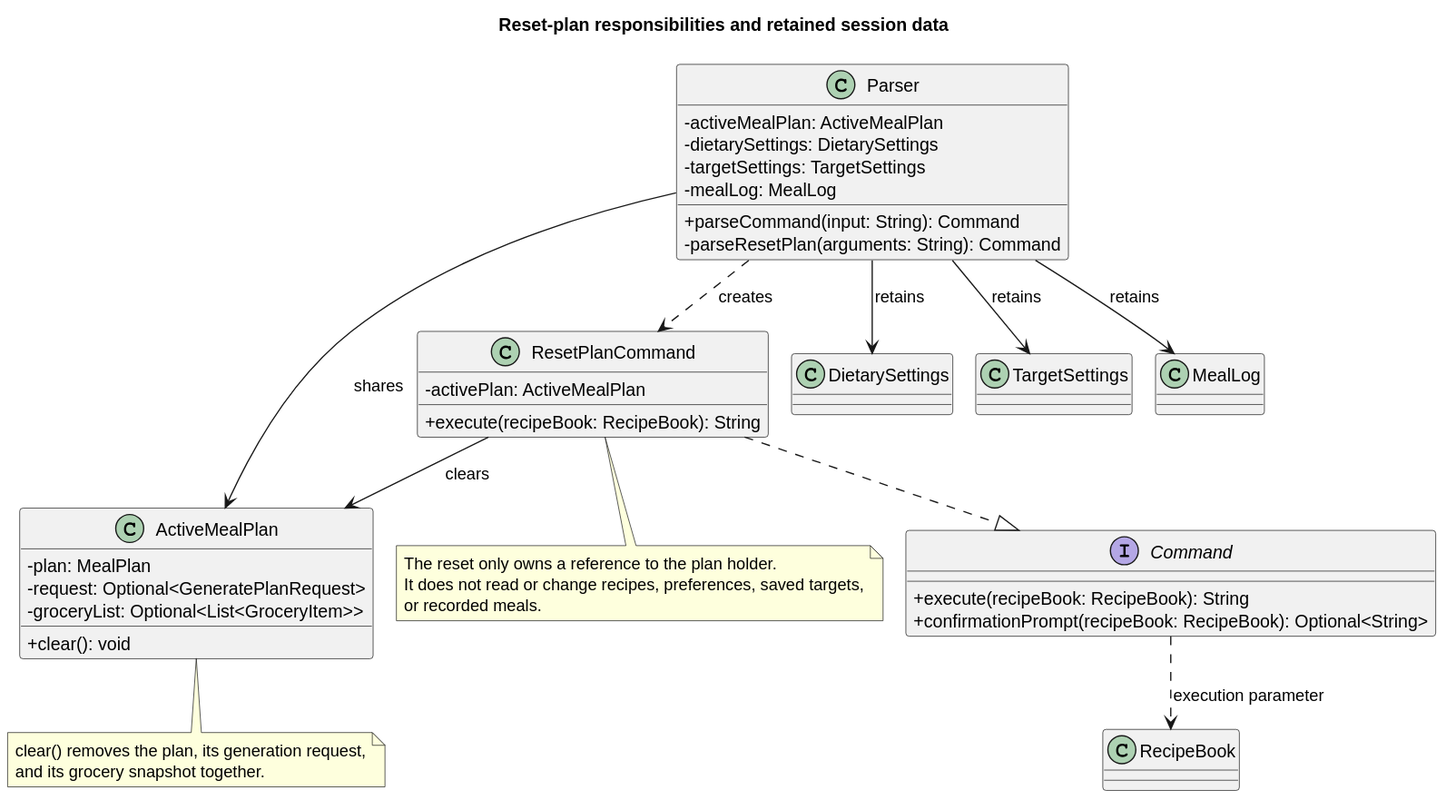
The PlantUML diagram docs/images/reset-plan/classes.svg in AY2627S1-CS2113-W13-4/tp, before a commit. Its diagram source:
```plantuml
@startuml
!pragma layout smetana
title Reset-plan responsibilities and retained session data
skinparam backgroundColor white
skinparam shadowing false
skinparam classAttributeIconSize 0

interface Command {
  + execute(recipeBook: RecipeBook): String
  + confirmationPrompt(recipeBook: RecipeBook): Optional<String>
}
class Parser {
  - activeMealPlan: ActiveMealPlan
  - dietarySettings: DietarySettings
  - targetSettings: TargetSettings
  - mealLog: MealLog
  + parseCommand(input: String): Command
  - parseResetPlan(arguments: String): Command
}
class ResetPlanCommand {
  - activePlan: ActiveMealPlan
  + execute(recipeBook: RecipeBook): String
}
class ActiveMealPlan {
  - plan: MealPlan
  - request: Optional<GeneratePlanRequest>
  - groceryList: Optional<List<GroceryItem>>
  + clear(): void
}
class RecipeBook
class DietarySettings
class TargetSettings
class MealLog

ResetPlanCommand ..|> Command
Parser ..> ResetPlanCommand : creates
Parser --> ActiveMealPlan : shares
Parser --> DietarySettings : retains
Parser --> TargetSettings : retains
Parser --> MealLog : retains
ResetPlanCommand --> ActiveMealPlan : clears
Command ..> RecipeBook : execution parameter

note bottom of ResetPlanCommand
  The reset only owns a reference to the plan holder.
  It does not read or change recipes, preferences, saved targets,
  or recorded meals.
end note
note bottom of ActiveMealPlan
  clear() removes the plan, its generation request,
  and its grocery snapshot together.
end note
@enduml
```
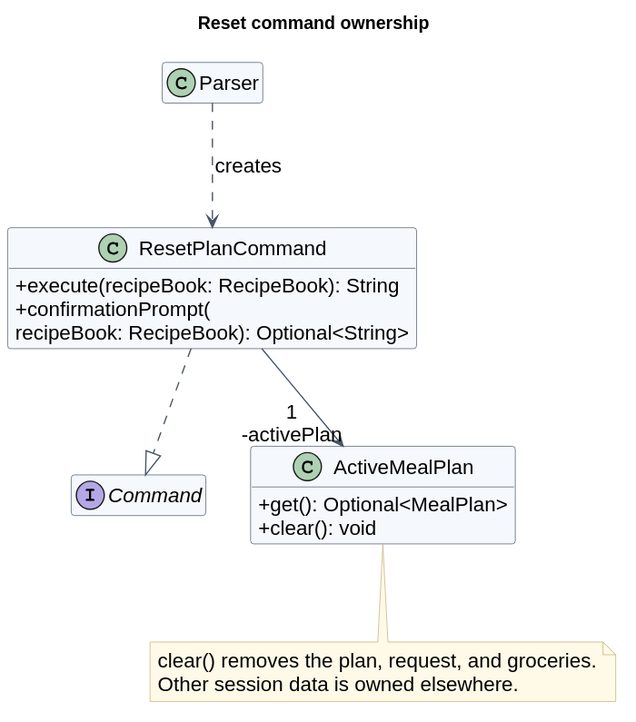
Later version of the same file.

The edit, as a diff of the source:
```diff
@@ -1,53 +1,26 @@
 @startuml
 !pragma layout smetana
-title Reset-plan responsibilities and retained session data
-skinparam backgroundColor white
-skinparam shadowing false
-skinparam classAttributeIconSize 0
-
-interface Command {
-  + execute(recipeBook: RecipeBook): String
-  + confirmationPrompt(recipeBook: RecipeBook): Optional<String>
-}
-class Parser {
-  - activeMealPlan: ActiveMealPlan
-  - dietarySettings: DietarySettings
-  - targetSettings: TargetSettings
-  - mealLog: MealLog
-  + parseCommand(input: String): Command
-  - parseResetPlan(arguments: String): Command
-}
+!include ../shortfall/readable.iuml
+title Reset command ownership
+top to bottom direction
+skinparam ranksep 75
+skinparam nodesep 35
+hide empty members
+class Parser
+interface Command
 class ResetPlanCommand {
-  - activePlan: ActiveMealPlan
-  + execute(recipeBook: RecipeBook): String
+ + execute(recipeBook: RecipeBook): String
+ + confirmationPrompt(\nrecipeBook: RecipeBook): Optional<String>
 }
 class ActiveMealPlan {
-  - plan: MealPlan
-  - request: Optional<GeneratePlanRequest>
-  - groceryList: Optional<List<GroceryItem>>
-  + clear(): void
+ + get(): Optional<MealPlan>
+ + clear(): void
 }
-class RecipeBook
-class DietarySettings
-class TargetSettings
-class MealLog
-
+Parser ..> ResetPlanCommand : creates
 ResetPlanCommand ..|> Command
-Parser ..> ResetPlanCommand : creates
-Parser --> ActiveMealPlan : shares
-Parser --> DietarySettings : retains
-Parser --> TargetSettings : retains
-Parser --> MealLog : retains
-ResetPlanCommand --> ActiveMealPlan : clears
-Command ..> RecipeBook : execution parameter
-
-note bottom of ResetPlanCommand
-  The reset only owns a reference to the plan holder.
-  It does not read or change recipes, preferences, saved targets,
-  or recorded meals.
-end note
+ResetPlanCommand --> "1\n-activePlan" ActiveMealPlan
 note bottom of ActiveMealPlan
-  clear() removes the plan, its generation request,
-  and its grocery snapshot together.
+ clear() removes the plan, request, and groceries.
+ Other session data is owned elsewhere.
 end note
 @enduml
```
